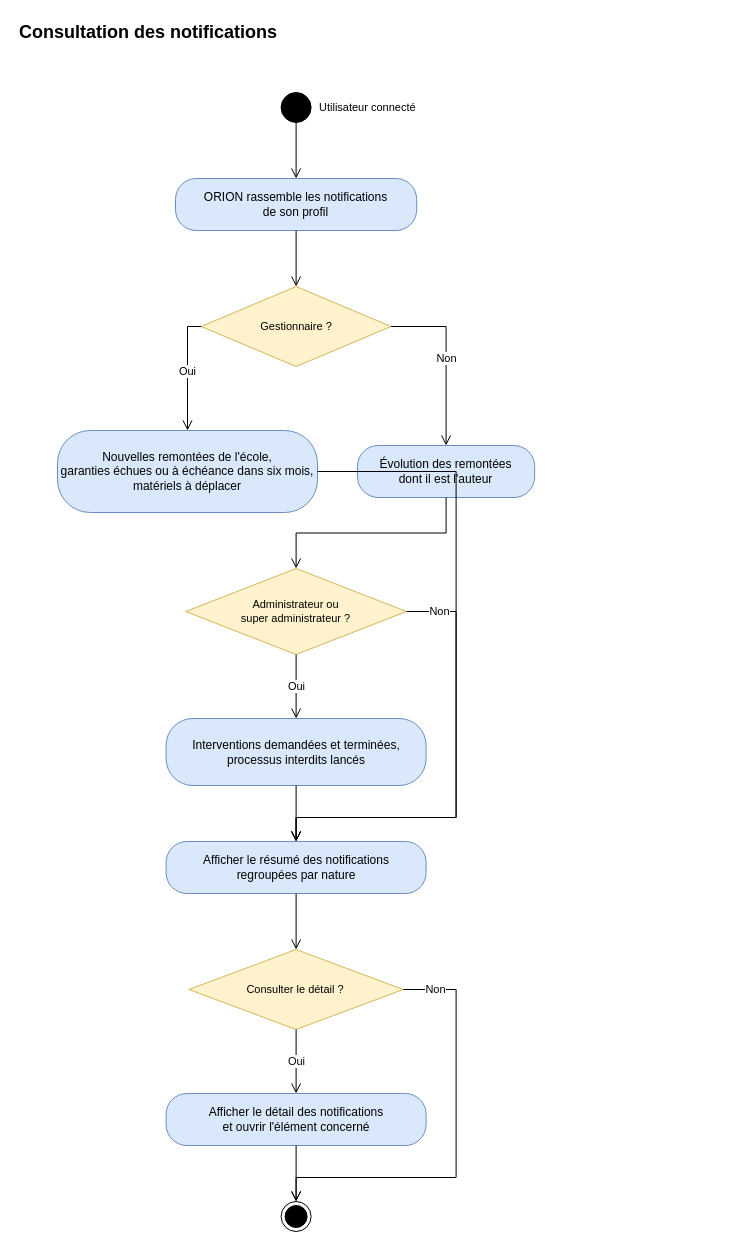
This is page "Consultation des notifications" (8 of 10) of docs/02-ANALYSE/01-MODELISATION-METIER/02-DIAGRAMMES-ACTIVITE.drawio from bpierrelouis/aster, a draw.io file, before an edit. Source tidied: cells renumbered, new cells numbered last; positions are measured from the earlier drawing's top-left corner, leaving out a move shared by most shapes. Both pictures are drawn from the tidied source at 100%, with x=0, y=0 at pixel (17, 17).
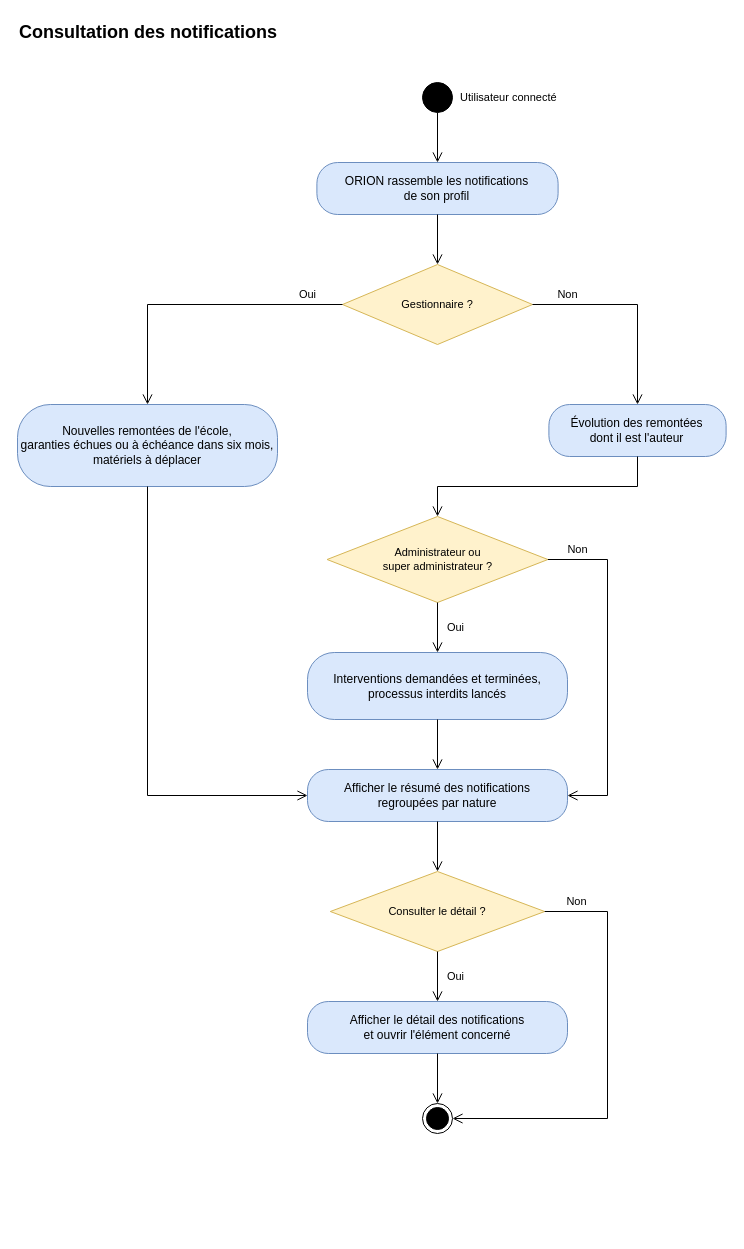
The same page after the edit.

What changed in the source:
```diff
@@
     <mxCell id="3" value="Utilisateur connecté" style="ellipse;html=1;fillColor=#000000;strokeColor=#000000;fontSize=11;labelPosition=right;verticalLabelPosition=middle;align=left;verticalAlign=middle;spacingLeft=6;" parent="1" vertex="1">
-      <mxGeometry x="263.6" y="75" width="30" height="30" as="geometry" />
+      <mxGeometry x="405" y="65" width="30" height="30" as="geometry" />
     </mxCell>
     <mxCell id="4" value="ORION rassemble les notifications&lt;br&gt;de son profil" style="rounded=1;arcSize=40;whiteSpace=wrap;html=1;fontSize=12;fillColor=#dae8fc;strokeColor=#6c8ebf;" parent="1" vertex="1">
-      <mxGeometry x="158" y="161" width="241.2" height="52" as="geometry" />
+      <mxGeometry x="299.4" y="145" width="241.2" height="52" as="geometry" />
     </mxCell>
     <mxCell id="5" value="Gestionnaire ?" style="rhombus;whiteSpace=wrap;html=1;fontSize=11;fillColor=#fff2cc;strokeColor=#d6b656;" parent="1" vertex="1">
-      <mxGeometry x="183.6" y="269" width="190" height="80" as="geometry" />
+      <mxGeometry x="325" y="247" width="190" height="80" as="geometry" />
     </mxCell>
     <mxCell id="6" value="Nouvelles remontées de l'école,&lt;br&gt;garanties échues ou à échéance dans six mois,&lt;br&gt;matériels à déplacer" style="rounded=1;arcSize=40;whiteSpace=wrap;html=1;fontSize=12;fillColor=#dae8fc;strokeColor=#6c8ebf;" parent="1" vertex="1">
-      <mxGeometry x="40" y="413" width="260" height="82" as="geometry" />
+      <mxGeometry y="387" width="260" height="82" as="geometry" />
     </mxCell>
     <mxCell id="7" value="Évolution des remontées&lt;br&gt;dont il est l'auteur" style="rounded=1;arcSize=40;whiteSpace=wrap;html=1;fontSize=12;fillColor=#dae8fc;strokeColor=#6c8ebf;" parent="1" vertex="1">
-      <mxGeometry x="340" y="428" width="177.2" height="52" as="geometry" />
+      <mxGeometry x="531.4" y="387" width="177.2" height="52" as="geometry" />
     </mxCell>
     <mxCell id="8" value="Administrateur ou&lt;br&gt;super administrateur ?" style="rhombus;whiteSpace=wrap;html=1;fontSize=11;fillColor=#fff2cc;strokeColor=#d6b656;" parent="1" vertex="1">
-      <mxGeometry x="168.2" y="551" width="220.8" height="86" as="geometry" />
+      <mxGeometry x="309.6" y="499" width="220.8" height="86" as="geometry" />
     </mxCell>
     <mxCell id="9" value="Interventions demandées et terminées,&lt;br&gt;processus interdits lancés" style="rounded=1;arcSize=40;whiteSpace=wrap;html=1;fontSize=12;fillColor=#dae8fc;strokeColor=#6c8ebf;" parent="1" vertex="1">
-      <mxGeometry x="148.6" y="701" width="260" height="67" as="geometry" />
+      <mxGeometry x="290" y="635" width="260" height="67" as="geometry" />
     </mxCell>
     <mxCell id="10" value="Afficher le résumé des notifications&lt;br&gt;regroupées par nature" style="rounded=1;arcSize=40;whiteSpace=wrap;html=1;fontSize=12;fillColor=#dae8fc;strokeColor=#6c8ebf;" parent="1" vertex="1">
-      <mxGeometry x="148.6" y="824" width="260" height="52" as="geometry" />
+      <mxGeometry x="290" y="752" width="260" height="52" as="geometry" />
     </mxCell>
     <mxCell id="11" value="Consulter le détail ?" style="rhombus;whiteSpace=wrap;html=1;fontSize=11;fillColor=#fff2cc;strokeColor=#d6b656;" parent="1" vertex="1">
-      <mxGeometry x="171.4" y="932" width="214.4" height="80" as="geometry" />
+      <mxGeometry x="312.8" y="854" width="214.4" height="80" as="geometry" />
     </mxCell>
     <mxCell id="12" value="Afficher le détail des notifications&lt;br&gt;et ouvrir l'élément concerné" style="rounded=1;arcSize=40;whiteSpace=wrap;html=1;fontSize=12;fillColor=#dae8fc;strokeColor=#6c8ebf;" parent="1" vertex="1">
-      <mxGeometry x="148.6" y="1076" width="260" height="52" as="geometry" />
+      <mxGeometry x="290" y="984" width="260" height="52" as="geometry" />
     </mxCell>
     <mxCell id="13" style="ellipse;html=1;shape=endState;fillColor=#000000;strokeColor=#000000;verticalLabelPosition=bottom;verticalAlign=top;fontSize=11;" parent="1" vertex="1">
-      <mxGeometry x="263.6" y="1184" width="30" height="30" as="geometry" />
+      <mxGeometry x="405" y="1086" width="30" height="30" as="geometry" />
     </mxCell>
-    <mxCell id="14" style="edgeStyle=orthogonalEdgeStyle;endArrow=open;endSize=8;html=1;rounded=0;fontSize=11;labelBackgroundColor=#ffffff;exitX=0.5;exitY=1;exitDx=0;exitDy=0;entryX=0.5;entryY=0;entryDx=0;entryDy=0;" parent="1" edge="1" source="3" target="4">
+    <mxCell id="14" style="endArrow=open;endSize=8;html=1;rounded=0;fontSize=11;labelBackgroundColor=#ffffff;edgeStyle=none;exitX=0.5;exitY=1;exitDx=0;exitDy=0;entryX=0.5;entryY=0;entryDx=0;entryDy=0;" parent="1" edge="1" source="3" target="4">
       <mxGeometry relative="1" as="geometry" />
     </mxCell>
-    <mxCell id="15" style="edgeStyle=orthogonalEdgeStyle;endArrow=open;endSize=8;html=1;rounded=0;fontSize=11;labelBackgroundColor=#ffffff;exitX=0.5;exitY=1;exitDx=0;exitDy=0;entryX=0.5;entryY=0;entryDx=0;entryDy=0;" parent="1" edge="1" source="4" target="5">
+    <mxCell id="15" style="endArrow=open;endSize=8;html=1;rounded=0;fontSize=11;labelBackgroundColor=#ffffff;edgeStyle=none;exitX=0.5;exitY=1;exitDx=0;exitDy=0;entryX=0.5;entryY=0;entryDx=0;entryDy=0;" parent="1" edge="1" source="4" target="5">
       <mxGeometry relative="1" as="geometry" />
     </mxCell>
-    <mxCell id="16" value="Oui" style="edgeStyle=orthogonalEdgeStyle;endArrow=open;endSize=8;html=1;rounded=0;fontSize=11;labelBackgroundColor=#ffffff;exitX=0;exitY=0.5;exitDx=0;exitDy=0;entryX=0.5;entryY=0;entryDx=0;entryDy=0;" parent="1" edge="1" source="5" target="6">
-      <mxGeometry relative="1" as="geometry" />
+    <mxCell id="16" value="Oui" style="endArrow=open;endSize=8;html=1;rounded=0;fontSize=11;labelBackgroundColor=#ffffff;edgeStyle=none;exitX=0;exitY=0.5;exitDx=0;exitDy=0;entryX=0.5;entryY=0;entryDx=0;entryDy=0;" parent="1" edge="1" source="5" target="6">
+      <mxGeometry x="-0.76" relative="1" as="geometry">
+        <Array as="points">
+          <mxPoint x="130" y="287" />
+        </Array>
+        <mxPoint y="-10" as="offset" />
+      </mxGeometry>
     </mxCell>
-    <mxCell id="17" value="Non" style="edgeStyle=orthogonalEdgeStyle;endArrow=open;endSize=8;html=1;rounded=0;fontSize=11;labelBackgroundColor=#ffffff;exitX=1;exitY=0.5;exitDx=0;exitDy=0;entryX=0.5;entryY=0;entryDx=0;entryDy=0;" parent="1" edge="1" source="5" target="7">
-      <mxGeometry relative="1" as="geometry" />
+    <mxCell id="17" value="Non" style="endArrow=open;endSize=8;html=1;rounded=0;fontSize=11;labelBackgroundColor=#ffffff;edgeStyle=none;exitX=1;exitY=0.5;exitDx=0;exitDy=0;entryX=0.5;entryY=0;entryDx=0;entryDy=0;" parent="1" edge="1" source="5" target="7">
+      <mxGeometry x="-0.66" relative="1" as="geometry">
+        <Array as="points">
+          <mxPoint x="620" y="287" />
+        </Array>
+        <mxPoint y="-10" as="offset" />
+      </mxGeometry>
     </mxCell>
-    <mxCell id="18" style="edgeStyle=orthogonalEdgeStyle;endArrow=open;endSize=8;html=1;rounded=0;fontSize=11;labelBackgroundColor=#ffffff;exitX=0.5;exitY=1;exitDx=0;exitDy=0;entryX=0.5;entryY=0;entryDx=0;entryDy=0;" parent="1" edge="1" source="7" target="8">
-      <mxGeometry relative="1" as="geometry" />
+    <mxCell id="18" style="endArrow=open;endSize=8;html=1;rounded=0;fontSize=11;labelBackgroundColor=#ffffff;edgeStyle=none;exitX=0.5;exitY=1;exitDx=0;exitDy=0;entryX=0.5;entryY=0;entryDx=0;entryDy=0;" parent="1" edge="1" source="7" target="8">
+      <mxGeometry relative="1" as="geometry">
+        <Array as="points">
+          <mxPoint x="620" y="469" />
+          <mxPoint x="420" y="469" />
+        </Array>
+      </mxGeometry>
     </mxCell>
-    <mxCell id="19" value="Oui" style="edgeStyle=orthogonalEdgeStyle;endArrow=open;endSize=8;html=1;rounded=0;fontSize=11;labelBackgroundColor=#ffffff;exitX=0.5;exitY=1;exitDx=0;exitDy=0;entryX=0.5;entryY=0;entryDx=0;entryDy=0;" parent="1" edge="1" source="8" target="9">
-      <mxGeometry relative="1" as="geometry" />
+    <mxCell id="19" value="Oui" style="endArrow=open;endSize=8;html=1;rounded=0;fontSize=11;labelBackgroundColor=#ffffff;edgeStyle=none;exitX=0.5;exitY=1;exitDx=0;exitDy=0;entryX=0.5;entryY=0;entryDx=0;entryDy=0;" parent="1" edge="1" source="8" target="9">
+      <mxGeometry relative="1" as="geometry">
+        <mxPoint x="18.3" as="offset" />
+      </mxGeometry>
     </mxCell>
-    <mxCell id="20" value="Non" style="edgeStyle=orthogonalEdgeStyle;endArrow=open;endSize=8;html=1;rounded=0;fontSize=11;labelBackgroundColor=#ffffff;exitX=1;exitY=0.5;exitDx=0;exitDy=0;entryX=0.5;entryY=0;entryDx=0;entryDy=0;" parent="1" edge="1" source="8" target="10">
-      <mxGeometry x="-0.85" relative="1" as="geometry">
+    <mxCell id="20" value="Non" style="endArrow=open;endSize=8;html=1;rounded=0;fontSize=11;labelBackgroundColor=#ffffff;edgeStyle=none;exitX=1;exitY=0.5;exitDx=0;exitDy=0;entryX=1;entryY=0.5;entryDx=0;entryDy=0;" parent="1" edge="1" source="8" target="10">
+      <mxGeometry x="-0.82" relative="1" as="geometry">
         <Array as="points">
-          <mxPoint x="438.6" y="594" />
-          <mxPoint x="438.6" y="800" />
-          <mxPoint x="278.6" y="800" />
+          <mxPoint x="590" y="542" />
+          <mxPoint x="590" y="778" />
         </Array>
+        <mxPoint y="-10" as="offset" />
       </mxGeometry>
     </mxCell>
-    <mxCell id="21" style="edgeStyle=orthogonalEdgeStyle;endArrow=open;endSize=8;html=1;rounded=0;fontSize=11;labelBackgroundColor=#ffffff;exitX=1;exitY=0.5;exitDx=0;exitDy=0;entryX=0.5;entryY=0;entryDx=0;entryDy=0;" parent="1" edge="1" source="6" target="10">
+    <mxCell id="21" style="endArrow=open;endSize=8;html=1;rounded=0;fontSize=11;labelBackgroundColor=#ffffff;edgeStyle=none;exitX=0.5;exitY=1;exitDx=0;exitDy=0;entryX=0;entryY=0.5;entryDx=0;entryDy=0;" parent="1" edge="1" source="6" target="10">
       <mxGeometry relative="1" as="geometry">
         <Array as="points">
-          <mxPoint x="438.6" y="454" />
-          <mxPoint x="438.6" y="800" />
-          <mxPoint x="278.6" y="800" />
+          <mxPoint x="130" y="778" />
         </Array>
       </mxGeometry>
     </mxCell>
-    <mxCell id="22" style="edgeStyle=orthogonalEdgeStyle;endArrow=open;endSize=8;html=1;rounded=0;fontSize=11;labelBackgroundColor=#ffffff;exitX=0.5;exitY=1;exitDx=0;exitDy=0;entryX=0.5;entryY=0;entryDx=0;entryDy=0;" parent="1" edge="1" source="9" target="10">
+    <mxCell id="22" style="endArrow=open;endSize=8;html=1;rounded=0;fontSize=11;labelBackgroundColor=#ffffff;edgeStyle=none;exitX=0.5;exitY=1;exitDx=0;exitDy=0;entryX=0.5;entryY=0;entryDx=0;entryDy=0;" parent="1" edge="1" source="9" target="10">
       <mxGeometry relative="1" as="geometry" />
     </mxCell>
-    <mxCell id="23" style="edgeStyle=orthogonalEdgeStyle;endArrow=open;endSize=8;html=1;rounded=0;fontSize=11;labelBackgroundColor=#ffffff;exitX=0.5;exitY=1;exitDx=0;exitDy=0;entryX=0.5;entryY=0;entryDx=0;entryDy=0;" parent="1" edge="1" source="10" target="11">
+    <mxCell id="23" style="endArrow=open;endSize=8;html=1;rounded=0;fontSize=11;labelBackgroundColor=#ffffff;edgeStyle=none;exitX=0.5;exitY=1;exitDx=0;exitDy=0;entryX=0.5;entryY=0;entryDx=0;entryDy=0;" parent="1" edge="1" source="10" target="11">
       <mxGeometry relative="1" as="geometry" />
     </mxCell>
-    <mxCell id="24" value="Oui" style="edgeStyle=orthogonalEdgeStyle;endArrow=open;endSize=8;html=1;rounded=0;fontSize=11;labelBackgroundColor=#ffffff;exitX=0.5;exitY=1;exitDx=0;exitDy=0;entryX=0.5;entryY=0;entryDx=0;entryDy=0;" parent="1" edge="1" source="11" target="12">
-      <mxGeometry relative="1" as="geometry" />
+    <mxCell id="24" value="Oui" style="endArrow=open;endSize=8;html=1;rounded=0;fontSize=11;labelBackgroundColor=#ffffff;edgeStyle=none;exitX=0.5;exitY=1;exitDx=0;exitDy=0;entryX=0.5;entryY=0;entryDx=0;entryDy=0;" parent="1" edge="1" source="11" target="12">
+      <mxGeometry relative="1" as="geometry">
+        <mxPoint x="18.3" as="offset" />
+      </mxGeometry>
     </mxCell>
-    <mxCell id="25" value="Non" style="edgeStyle=orthogonalEdgeStyle;endArrow=open;endSize=8;html=1;rounded=0;fontSize=11;labelBackgroundColor=#ffffff;exitX=1;exitY=0.5;exitDx=0;exitDy=0;entryX=0.5;entryY=0;entryDx=0;entryDy=0;" parent="1" edge="1" source="11" target="13">
+    <mxCell id="25" value="Non" style="endArrow=open;endSize=8;html=1;rounded=0;fontSize=11;labelBackgroundColor=#ffffff;edgeStyle=none;exitX=1;exitY=0.5;exitDx=0;exitDy=0;entryX=1;entryY=0.5;entryDx=0;entryDy=0;" parent="1" edge="1" source="11" target="13">
       <mxGeometry x="-0.85" relative="1" as="geometry">
         <Array as="points">
-          <mxPoint x="438.6" y="972" />
-          <mxPoint x="438.6" y="1160" />
-          <mxPoint x="278.6" y="1160" />
+          <mxPoint x="590" y="894" />
+          <mxPoint x="590" y="1101" />
         </Array>
+        <mxPoint y="-10" as="offset" />
       </mxGeometry>
     </mxCell>
-    <mxCell id="26" style="edgeStyle=orthogonalEdgeStyle;endArrow=open;endSize=8;html=1;rounded=0;fontSize=11;labelBackgroundColor=#ffffff;exitX=0.5;exitY=1;exitDx=0;exitDy=0;entryX=0.5;entryY=0;entryDx=0;entryDy=0;" parent="1" edge="1" source="12" target="13">
+    <mxCell id="26" style="endArrow=open;endSize=8;html=1;rounded=0;fontSize=11;labelBackgroundColor=#ffffff;edgeStyle=none;exitX=0.5;exitY=1;exitDx=0;exitDy=0;entryX=0.5;entryY=0;entryDx=0;entryDy=0;" parent="1" edge="1" source="12" target="13">
       <mxGeometry relative="1" as="geometry" />
     </mxCell>
```
